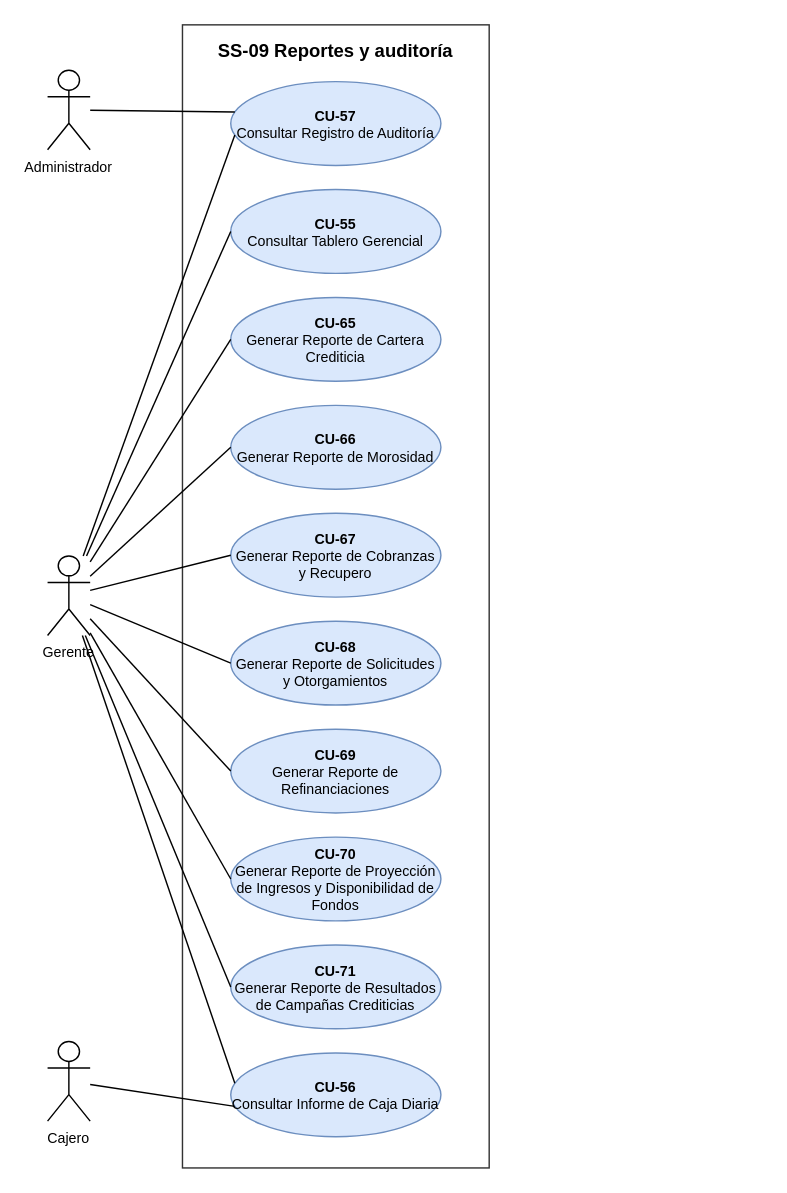
Above: page "SS-09 Reportes y auditoría" (10 of 13) of docs/diseno/drawio/fuentes/SIG-CCR_Diagramas_v14.drawio in ivanthoux/sigccr (draw.io), before the change. Source tidied: cells renumbered, new cells numbered last; positions are measured from the earlier drawing's top-left corner, leaving out a move shared by most shapes. Both pictures are drawn from the tidied source at 142%, with x=0, y=0 at pixel (47, 24).
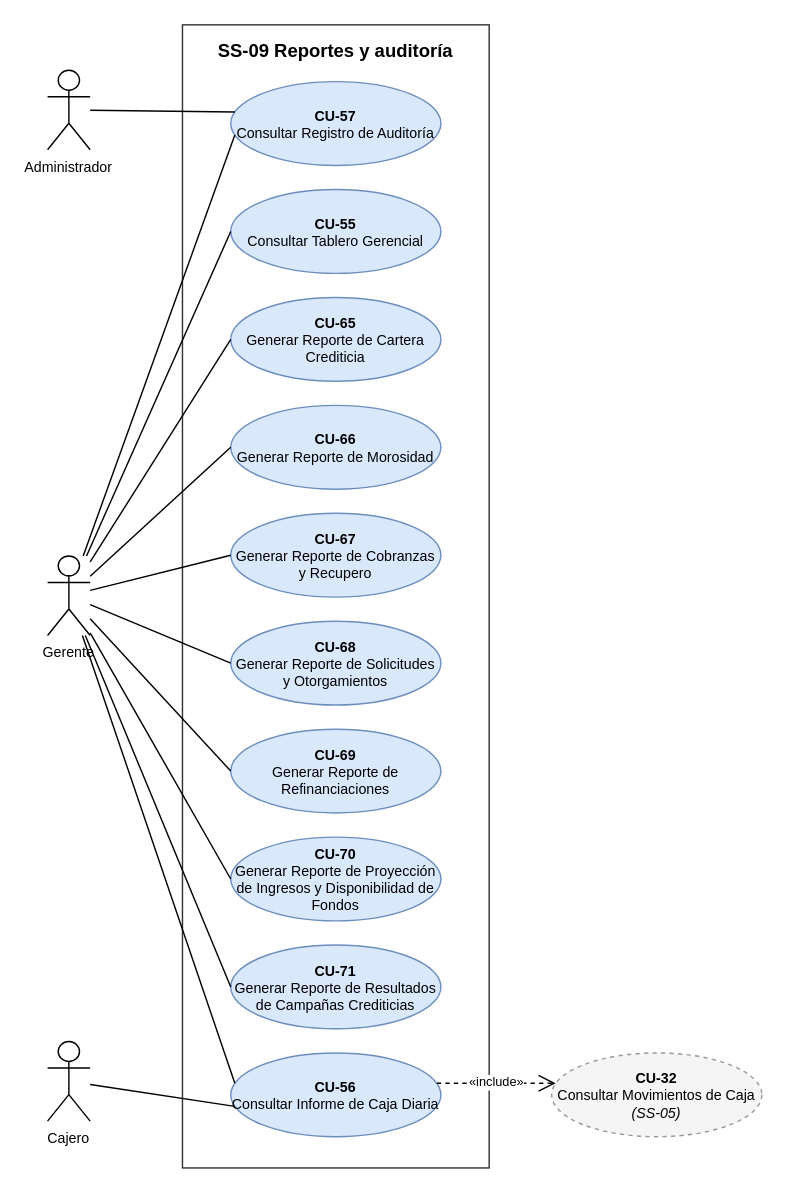
The same page after the edit.

The change refers to these unchanged cells:
```xml
<mxCell id="4" value="&lt;b&gt;CU-56&lt;/b&gt;&lt;br&gt;Consultar Informe de Caja Diaria" style="ellipse;whiteSpace=wrap;html=1;fillColor=#DAE8FC;strokeColor=#6C8EBF;fontSize=10;" parent="1" vertex="1">
  <mxGeometry x="129" y="724" width="148" height="59" as="geometry" />
</mxCell>
```

The edit, as a diff of the source:
```diff
@@
+    <mxCell id="28" value="&lt;b&gt;CU-32&lt;/b&gt;&lt;br&gt;Consultar Movimientos de Caja&lt;br&gt;&lt;i&gt;(SS-05)&lt;/i&gt;" style="ellipse;whiteSpace=wrap;html=1;fillColor=#F5F5F5;strokeColor=#999999;fontSize=10;dashed=1;" parent="1" vertex="1">
+      <mxGeometry x="355" y="724" width="148" height="59" as="geometry" />
+    </mxCell>
+    <mxCell id="29" value="«include»" style="endArrow=open;dashed=1;html=1;rounded=0;endSize=10;fontSize=9;labelBackgroundColor=#FFFFFF;exitX=0.977;exitY=0.350;exitDx=0;exitDy=0;entryX=0.023;entryY=0.350;entryDx=0;entryDy=0;" parent="1" edge="1" source="4" target="28">
+      <mxGeometry relative="1" as="geometry" />
+    </mxCell>
```
